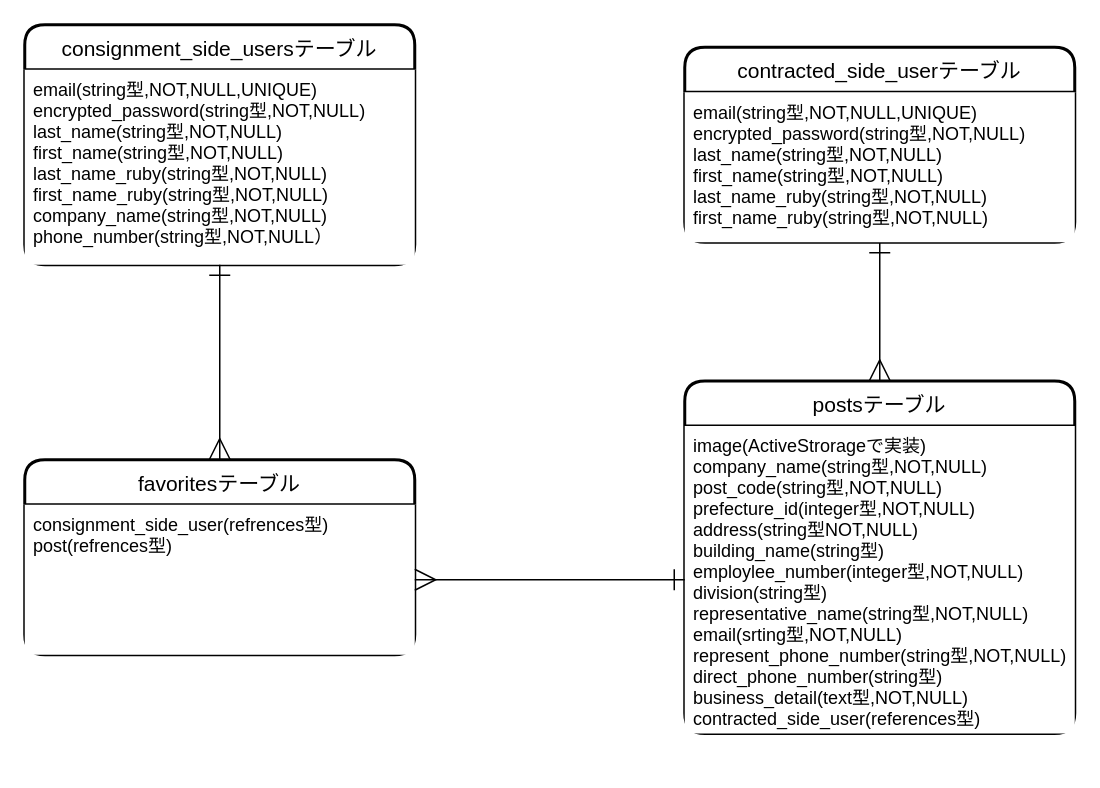
Earlier version of the draw.io diagram er_diagram.dio (hiroki1121/assistance_company). Source tidied: cells renumbered, new cells numbered last; positions are measured from the earlier drawing's top-left corner, leaving out a move shared by most shapes. Both pictures are drawn from the tidied source at 150%, with x=0, y=0 at pixel (24, 24).
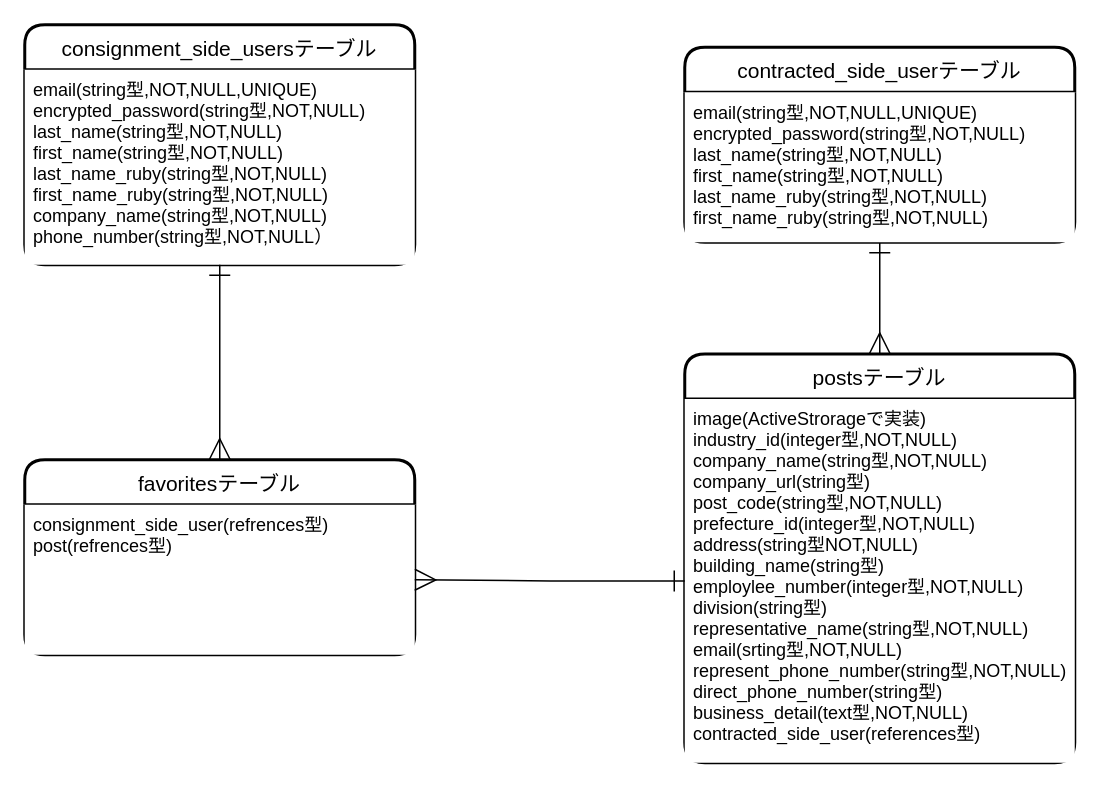
Above is the later version.

The edit, as a diff of the source:
```diff
@@
 <mxGraphModel>
   <root>
     <mxCell id="0" />
     <mxCell id="1" parent="0" />
     <mxCell id="2" value="consignment_side_usersテーブル" style="swimlane;horizontal=1;startSize=30;rounded=1;fontSize=14;fontStyle=0;strokeWidth=2;shadow=0;dashed=0;align=center;labelBackgroundColor=none;fillColor=#FFFFFF;fontColor=#000000;labelBorderColor=none;swimlaneFillColor=none;strokeColor=#000000;" parent="1" vertex="1">
       <mxGeometry width="260" height="160" as="geometry" />
     </mxCell>
     <mxCell id="3" value="email(string型,NOT,NULL,UNIQUE)&#10;encrypted_password(string型,NOT,NULL)&#10;last_name(string型,NOT,NULL)&#10;first_name(string型,NOT,NULL)&#10;last_name_ruby(string型,NOT,NULL)&#10;first_name_ruby(string型,NOT,NULL)&#10;company_name(string型,NOT,NULL)&#10;phone_number(string型,NOT,NULL）" style="align=left;strokeColor=none;spacingLeft=4;fontSize=12;verticalAlign=top;fillColor=#FFFFFF;fontColor=#000000;" parent="2" vertex="1">
       <mxGeometry y="30" width="260" height="130" as="geometry" />
     </mxCell>
     <mxCell id="4" style="edgeStyle=orthogonalEdgeStyle;rounded=0;jettySize=auto;html=1;entryX=0.5;entryY=0;entryDx=0;entryDy=0;startArrow=ERone;startFill=0;startSize=12;endArrow=ERmany;endFill=0;endSize=12;strokeWidth=1;fontColor=#000000;" parent="1" edge="1" source="5" target="7">
       <mxGeometry relative="1" as="geometry" />
     </mxCell>
     <mxCell id="5" value="contracted_side_userテーブル" style="swimlane;horizontal=1;startSize=30;rounded=1;fontSize=14;fontStyle=0;strokeWidth=2;shadow=0;dashed=0;align=center;labelBackgroundColor=none;fillColor=#FFFFFF;fontColor=#000000;labelBorderColor=none;swimlaneFillColor=none;strokeColor=#000000;" parent="1" vertex="1">
       <mxGeometry x="440" y="15" width="260" height="130" as="geometry" />
     </mxCell>
     <mxCell id="6" value="email(string型,NOT,NULL,UNIQUE)&#10;encrypted_password(string型,NOT,NULL)&#10;last_name(string型,NOT,NULL)&#10;first_name(string型,NOT,NULL)&#10;last_name_ruby(string型,NOT,NULL)&#10;first_name_ruby(string型,NOT,NULL)" style="align=left;strokeColor=none;spacingLeft=4;fontSize=12;verticalAlign=top;fillColor=#FFFFFF;fontColor=#000000;" parent="5" vertex="1">
       <mxGeometry y="30" width="260" height="100" as="geometry" />
     </mxCell>
     <mxCell id="7" value="postsテーブル" style="swimlane;horizontal=1;startSize=30;rounded=1;fontSize=14;fontStyle=0;strokeWidth=2;shadow=0;dashed=0;align=center;labelBackgroundColor=none;fillColor=#FFFFFF;fontColor=#000000;labelBorderColor=none;swimlaneFillColor=none;strokeColor=#000000;" parent="1" vertex="1">
-      <mxGeometry x="440" y="237.5" width="260" height="235" as="geometry" />
+      <mxGeometry x="440" y="219.5" width="260" height="272.5" as="geometry" />
     </mxCell>
-    <mxCell id="8" value="image(ActiveStrorageで実装)&#10;company_name(string型,NOT,NULL)&#10;post_code(string型,NOT,NULL)&#10;prefecture_id(integer型,NOT,NULL)&#10;address(string型NOT,NULL)&#10;building_name(string型)&#10;employlee_number(integer型,NOT,NULL)&#10;division(string型)&#10;representative_name(string型,NOT,NULL)&#10;email(srting型,NOT,NULL)&#10;represent_phone_number(string型,NOT,NULL)&#10;direct_phone_number(string型)&#10;business_detail(text型,NOT,NULL)&#10;contracted_side_user(references型)" style="align=left;strokeColor=none;spacingLeft=4;fontSize=12;verticalAlign=top;fillColor=#FFFFFF;fontColor=#000000;" parent="7" vertex="1">
-      <mxGeometry y="30" width="260" height="205" as="geometry" />
+    <mxCell id="8" value="image(ActiveStrorageで実装)&#10;industry_id(integer型,NOT,NULL)&#10;company_name(string型,NOT,NULL)&#10;company_url(string型)&#10;post_code(string型,NOT,NULL)&#10;prefecture_id(integer型,NOT,NULL)&#10;address(string型NOT,NULL)&#10;building_name(string型)&#10;employlee_number(integer型,NOT,NULL)&#10;division(string型)&#10;representative_name(string型,NOT,NULL)&#10;email(srting型,NOT,NULL)&#10;represent_phone_number(string型,NOT,NULL)&#10;direct_phone_number(string型)&#10;business_detail(text型,NOT,NULL)&#10;contracted_side_user(references型)" style="align=left;strokeColor=none;spacingLeft=4;fontSize=12;verticalAlign=top;fillColor=#FFFFFF;fontColor=#000000;" parent="7" vertex="1">
+      <mxGeometry y="30" width="260" height="242.5" as="geometry" />
     </mxCell>
     <mxCell id="9" value="favoritesテーブル" style="swimlane;horizontal=1;startSize=30;rounded=1;fontSize=14;fontStyle=0;strokeWidth=2;shadow=0;dashed=0;align=center;labelBackgroundColor=none;fillColor=#FFFFFF;fontColor=#000000;labelBorderColor=none;swimlaneFillColor=none;strokeColor=#000000;" parent="1" vertex="1">
       <mxGeometry y="290" width="260" height="130" as="geometry" />
     </mxCell>
     <mxCell id="10" value="consignment_side_user(refrences型)&#10;post(refrences型)" style="align=left;strokeColor=none;spacingLeft=4;fontSize=12;verticalAlign=top;fillColor=#FFFFFF;fontColor=#000000;" parent="9" vertex="1">
       <mxGeometry y="30" width="260" height="100" as="geometry" />
     </mxCell>
     <mxCell id="11" style="edgeStyle=orthogonalEdgeStyle;rounded=0;jettySize=auto;html=1;exitX=0.5;exitY=1;exitDx=0;exitDy=0;entryX=0.5;entryY=0;entryDx=0;entryDy=0;fontColor=#000000;endArrow=ERmany;endFill=0;startArrow=ERone;startFill=0;strokeWidth=1;endSize=12;startSize=12;" parent="1" edge="1" source="3" target="9">
       <mxGeometry relative="1" as="geometry" />
     </mxCell>
     <mxCell id="12" style="edgeStyle=orthogonalEdgeStyle;rounded=0;jettySize=auto;html=1;startArrow=ERone;startFill=0;startSize=12;endArrow=ERmany;endFill=0;endSize=12;strokeWidth=1;fontColor=#000000;" parent="1" edge="1" source="8">
       <mxGeometry relative="1" as="geometry">
         <mxPoint x="260" y="370" as="targetPoint" />
       </mxGeometry>
     </mxCell>
   </root>
 </mxGraphModel>
```
